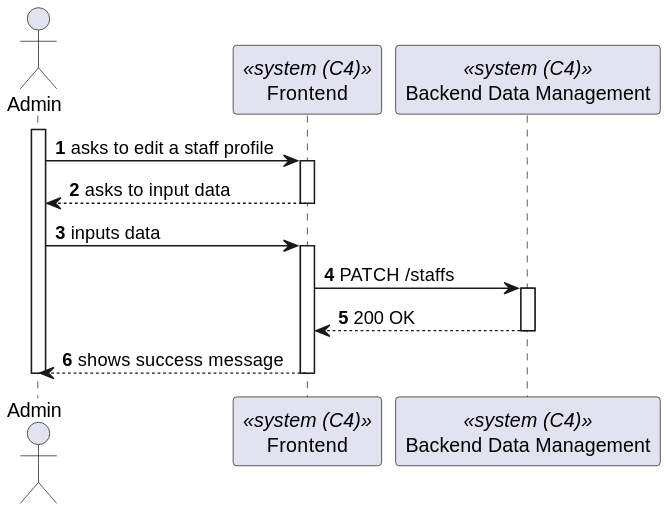
Before: docs/sprint-b/us-6.2.11/views/level2/process-view.svg, a diagram exported from PlantUML (1220846/sem5pi-24-25-3ddg20). The source it was exported from:
```plantuml
@startuml
autonumber

actor "Admin" as Admin
participant Frontend as "Frontend" <<system (C4)>>
participant BackendDataManagement as "Backend Data Management" <<system (C4)>>

activate Admin
    Admin -> Frontend : asks to edit a staff profile
    activate Frontend
        Frontend --> Admin : asks to input data
    deactivate Frontend
    Admin -> Frontend : inputs data
    activate Frontend
        Frontend-> BackendDataManagement : PATCH /staffs
        activate BackendDataManagement
            Frontend <-- BackendDataManagement : 200 OK
        deactivate BackendDataManagement
    Frontend --> Admin : shows success message
    deactivate Frontend
deactivate Admin
@enduml
```
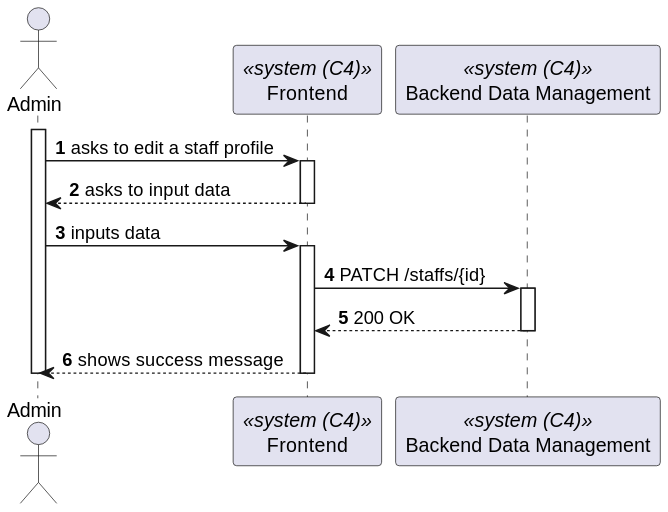
The same diagram one commit later.

The edit, as a diff of the source:
```diff
@@ -12,7 +12,7 @@
     deactivate Frontend
     Admin -> Frontend : inputs data
     activate Frontend
-        Frontend-> BackendDataManagement : PATCH /staffs
+        Frontend-> BackendDataManagement : PATCH /staffs/{id}
         activate BackendDataManagement
             Frontend <-- BackendDataManagement : 200 OK
         deactivate BackendDataManagement
```
